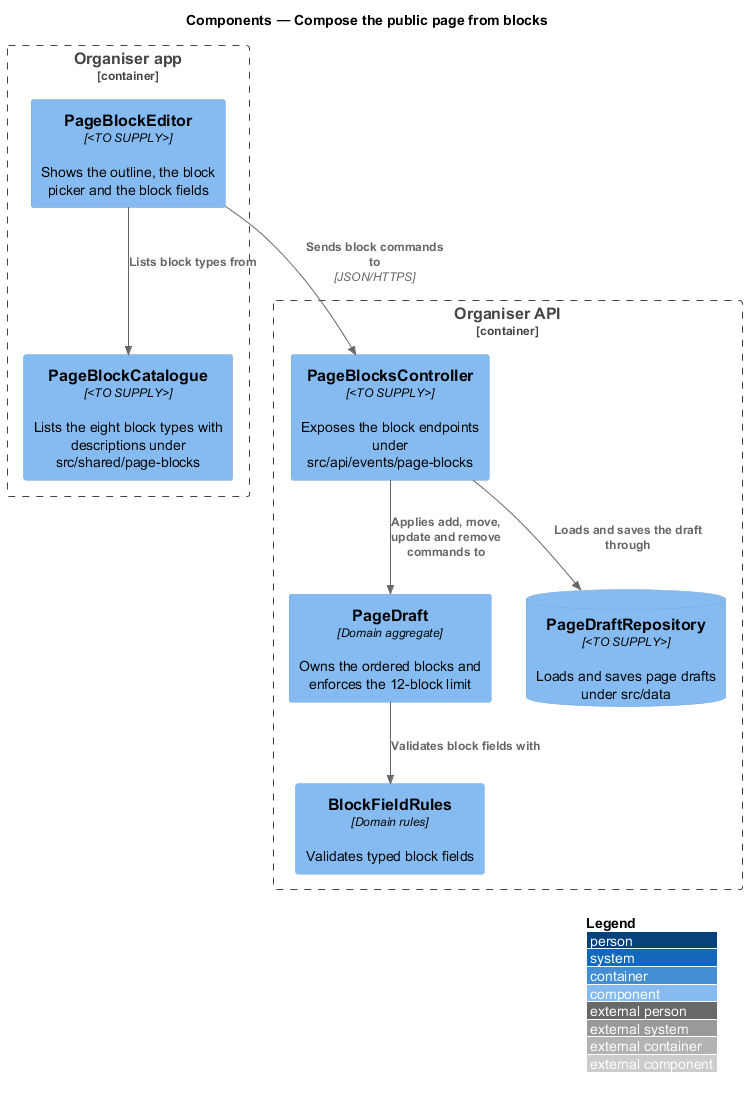
Before: docs/detailed-designs/event-page/compose-page-blocks/diagrams/c4-component.png, a diagram exported from PlantUML (QuinntyneBrown/rsvp-cms).
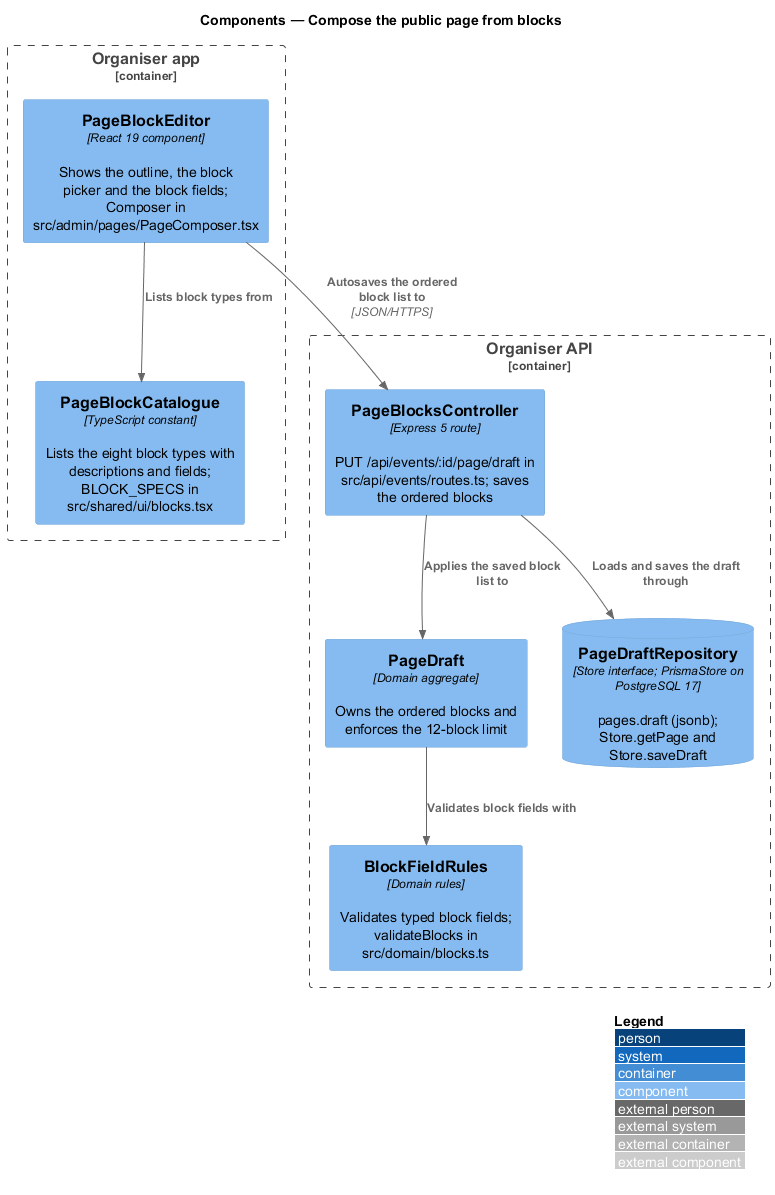
Above is the later version.

What changed in the source:
```diff
@@ -4,19 +4,19 @@
 title Components — Compose the public page from blocks
 
 Container_Boundary(admin, "Organiser app") {
-  Component(editor, "PageBlockEditor", "<TO SUPPLY>", "Shows the outline, the block picker and the block fields")
-  Component(catalogue, "PageBlockCatalogue", "<TO SUPPLY>", "Lists the eight block types with descriptions under src/shared/page-blocks")
+  Component(editor, "PageBlockEditor", "React 19 component", "Shows the outline, the block picker and the block fields; Composer in src/admin/pages/PageComposer.tsx")
+  Component(catalogue, "PageBlockCatalogue", "TypeScript constant", "Lists the eight block types with descriptions and fields; BLOCK_SPECS in src/shared/ui/blocks.tsx")
 }
 Container_Boundary(api, "Organiser API") {
-  Component(ctrl, "PageBlocksController", "<TO SUPPLY>", "Exposes the block endpoints under src/api/events/page-blocks")
+  Component(ctrl, "PageBlocksController", "Express 5 route", "PUT /api/events/:id/page/draft in src/api/events/routes.ts; saves the ordered blocks")
   Component(draft, "PageDraft", "Domain aggregate", "Owns the ordered blocks and enforces the 12-block limit")
-  Component(rules, "BlockFieldRules", "Domain rules", "Validates typed block fields")
-  ComponentDb(store, "PageDraftRepository", "<TO SUPPLY>", "Loads and saves page drafts under src/data")
+  Component(rules, "BlockFieldRules", "Domain rules", "Validates typed block fields; validateBlocks in src/domain/blocks.ts")
+  ComponentDb(store, "PageDraftRepository", "Store interface; PrismaStore on PostgreSQL 17", "pages.draft (jsonb); Store.getPage and Store.saveDraft")
 }
 
 Rel(editor, catalogue, "Lists block types from")
-Rel(editor, ctrl, "Sends block commands to", "JSON/HTTPS")
-Rel(ctrl, draft, "Applies add, move, update and remove commands to")
+Rel(editor, ctrl, "Autosaves the ordered block list to", "JSON/HTTPS")
+Rel(ctrl, draft, "Applies the saved block list to")
 Rel(draft, rules, "Validates block fields with")
 Rel(ctrl, store, "Loads and saves the draft through")
 @enduml
```
